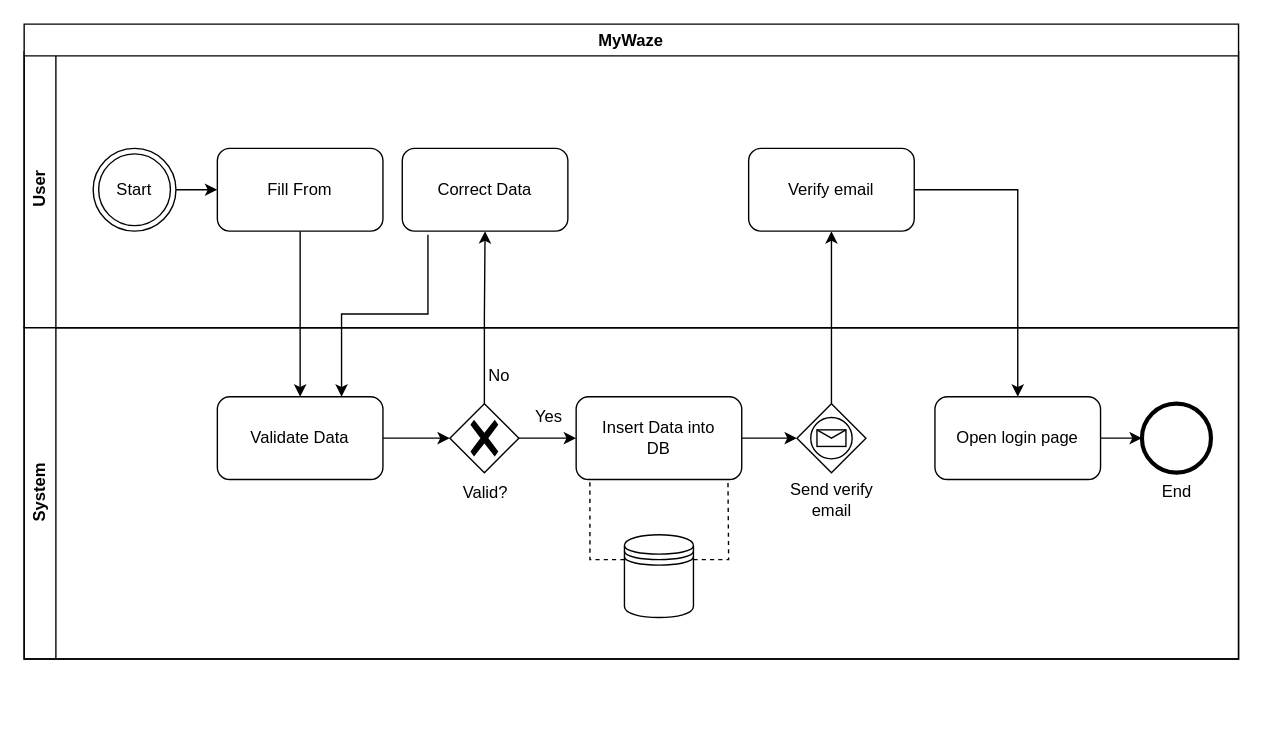
The draw.io diagram Diagrams/BPMNs/Félix/RegisterAccount_bpmn.drawio in luislamy/msp, before the edit. Source tidied: cells renumbered, new cells numbered last; positions are measured from the earlier drawing's top-left corner, leaving out a move shared by most shapes. Both pictures are drawn from the tidied source at 138%, with x=0, y=0 at pixel (23, 23).
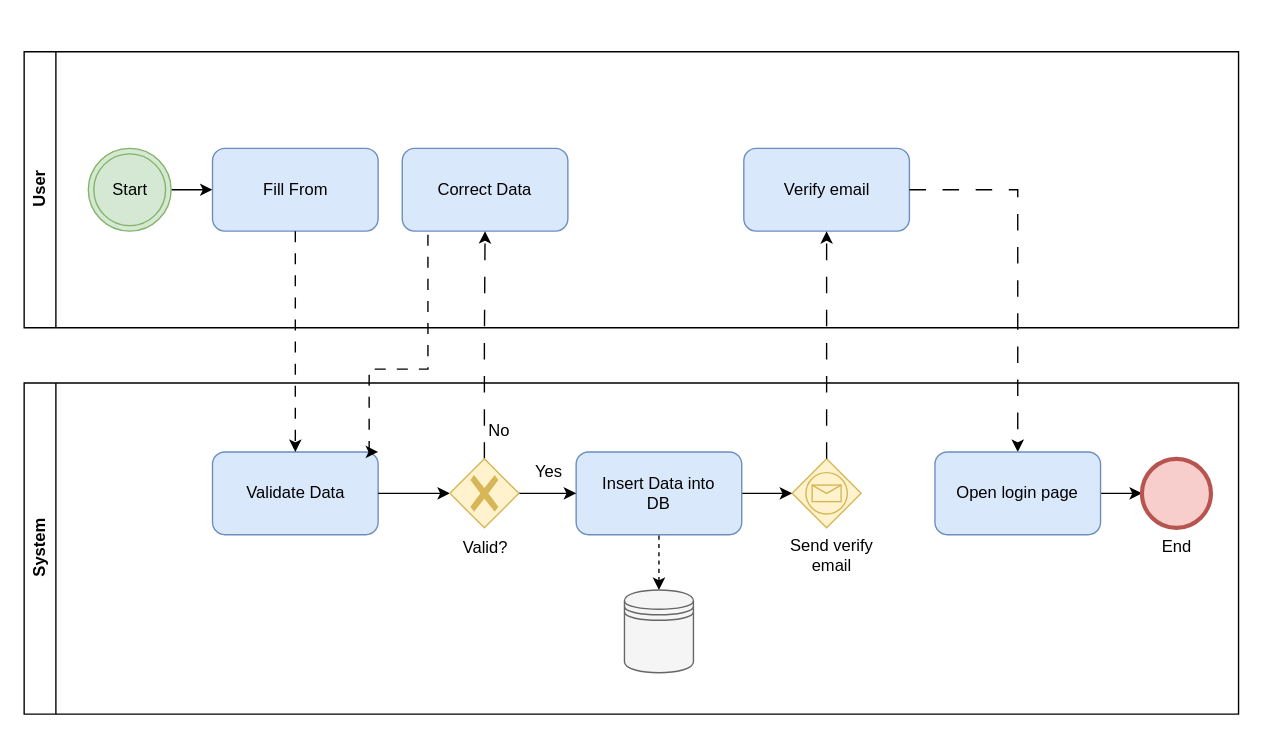
After the change.

Unchanged cells that the change refers to:
```xml
<mxCell id="2" value="User" style="swimlane;horizontal=0;whiteSpace=wrap;html=1;" parent="1" vertex="1">
  <mxGeometry y="20" width="880" height="200" as="geometry" />
</mxCell>
```

Change to the diagram source:
```diff
@@
-    <mxCell id="3" value="System" style="swimlane;horizontal=0;whiteSpace=wrap;html=1;startSize=23;" parent="1" vertex="1">
-      <mxGeometry y="220" width="880" height="240" as="geometry" />
-    </mxCell>
-    <mxCell id="4" value="MyWaze" style="swimlane;" parent="1" vertex="1">
-      <mxGeometry width="880" height="460" as="geometry" />
-    </mxCell>
-    <mxCell id="5" style="edgeStyle=orthogonalEdgeStyle;rounded=0;jettySize=auto;html=1;" parent="4" edge="1" source="6" target="8">
+    <mxCell id="5" style="edgeStyle=orthogonalEdgeStyle;rounded=0;jettySize=auto;html=1;" parent="2" edge="1" source="6" target="8">
       <mxGeometry relative="1" as="geometry" />
     </mxCell>
-    <mxCell id="6" value="Start" style="ellipse;shape=doubleEllipse;html=1;dashed=0;whiteSpace=wrap;" parent="4" vertex="1">
-      <mxGeometry x="50" y="90" width="60" height="60" as="geometry" />
+    <mxCell id="6" value="Start" style="ellipse;shape=doubleEllipse;html=1;dashed=0;whiteSpace=wrap;fillColor=#d5e8d4;strokeColor=#82b366;" parent="2" vertex="1">
+      <mxGeometry x="46.5" y="70" width="60" height="60" as="geometry" />
     </mxCell>
+    <mxCell id="8" value="Fill From" style="rounded=1;whiteSpace=wrap;html=1;fillColor=#dae8fc;strokeColor=#6c8ebf;" parent="2" vertex="1">
+      <mxGeometry x="136.5" y="70" width="120" height="60" as="geometry" />
+    </mxCell>
+    <mxCell id="13" value="Correct Data" style="rounded=1;whiteSpace=wrap;html=1;fillColor=#dae8fc;strokeColor=#6c8ebf;" parent="2" vertex="1">
+      <mxGeometry x="274" y="70" width="120" height="60" as="geometry" />
+    </mxCell>
+    <mxCell id="27" value="Verify email" style="rounded=1;whiteSpace=wrap;html=1;fillColor=#dae8fc;strokeColor=#6c8ebf;" parent="2" vertex="1">
+      <mxGeometry x="521.5" y="70" width="120" height="60" as="geometry" />
+    </mxCell>
+    <mxCell id="3" value="System" style="swimlane;horizontal=0;whiteSpace=wrap;html=1;startSize=23;" parent="1" vertex="1">
+      <mxGeometry y="260" width="880" height="240" as="geometry" />
+    </mxCell>
+    <mxCell id="11" value="Validate Data" style="rounded=1;whiteSpace=wrap;html=1;fillColor=#dae8fc;strokeColor=#6c8ebf;" parent="3" vertex="1">
+      <mxGeometry x="136.5" y="50" width="120" height="60" as="geometry" />
+    </mxCell>
+    <mxCell id="24" style="points=[[0.25,0.25,0],[0.5,0,0],[0.75,0.25,0],[1,0.5,0],[0.75,0.75,0],[0.5,1,0],[0.25,0.75,0],[0,0.5,0]];shape=mxgraph.bpmn.gateway2;html=1;verticalLabelPosition=bottom;labelBackgroundColor=#ffffff;verticalAlign=top;align=center;perimeter=rhombusPerimeter;outlineConnect=0;outline=standard;symbol=message;fillColor=#fff2cc;strokeColor=#d6b656;" parent="3" vertex="1">
+      <mxGeometry x="556.5" y="55" width="50" height="50" as="geometry" />
+    </mxCell>
-    <mxCell id="7" style="edgeStyle=orthogonalEdgeStyle;rounded=0;jettySize=auto;html=1;entryX=0.5;entryY=0;entryDx=0;entryDy=0;" parent="4" edge="1" source="8" target="11">
+    <mxCell id="7" style="edgeStyle=orthogonalEdgeStyle;rounded=0;jettySize=auto;html=1;entryX=0.5;entryY=0;entryDx=0;entryDy=0;dashed=1;dashPattern=8 8;" parent="1" edge="1" source="8" target="11">
       <mxGeometry relative="1" as="geometry" />
     </mxCell>
-    <mxCell id="8" value="Fill From" style="rounded=1;whiteSpace=wrap;html=1;" parent="4" vertex="1">
-      <mxGeometry x="140" y="90" width="120" height="60" as="geometry" />
-    </mxCell>
-    <mxCell id="9" style="edgeStyle=orthogonalEdgeStyle;rounded=0;jettySize=auto;html=1;entryX=0.5;entryY=1;entryDx=0;entryDy=0;" parent="4" edge="1" source="22" target="13">
+    <mxCell id="9" style="edgeStyle=orthogonalEdgeStyle;rounded=0;jettySize=auto;html=1;entryX=0.5;entryY=1;entryDx=0;entryDy=0;dashed=1;dashPattern=12 12;" parent="1" edge="1" source="22" target="13">
       <mxGeometry relative="1" as="geometry" />
     </mxCell>
-    <mxCell id="10" style="edgeStyle=orthogonalEdgeStyle;rounded=0;jettySize=auto;html=1;" parent="4" edge="1" source="11" target="22">
+    <mxCell id="10" style="edgeStyle=orthogonalEdgeStyle;rounded=0;jettySize=auto;html=1;" parent="1" edge="1" source="11" target="22">
       <mxGeometry relative="1" as="geometry" />
     </mxCell>
-    <mxCell id="11" value="Validate Data" style="rounded=1;whiteSpace=wrap;html=1;" parent="4" vertex="1">
-      <mxGeometry x="140" y="270" width="120" height="60" as="geometry" />
-    </mxCell>
-    <mxCell id="12" style="edgeStyle=orthogonalEdgeStyle;rounded=0;jettySize=auto;html=1;exitX=0.155;exitY=1.043;exitDx=0;exitDy=0;exitPerimeter=0;entryX=0.75;entryY=0;entryDx=0;entryDy=0;" parent="4" edge="1" source="13" target="11">
+    <mxCell id="12" style="edgeStyle=orthogonalEdgeStyle;rounded=0;jettySize=auto;html=1;exitX=0.155;exitY=1.043;exitDx=0;exitDy=0;exitPerimeter=0;dashed=1;dashPattern=8 8;entryX=1;entryY=0;entryDx=0;entryDy=0;" parent="1" edge="1" source="13" target="11">
       <mxGeometry relative="1" as="geometry">
         <Array as="points">
-          <mxPoint x="293" y="210" />
-          <mxPoint x="230" y="210" />
+          <mxPoint x="293" y="250" />
+          <mxPoint x="250" y="250" />
+          <mxPoint x="250" y="310" />
         </Array>
       </mxGeometry>
     </mxCell>
-    <mxCell id="13" value="Correct Data" style="rounded=1;whiteSpace=wrap;html=1;" parent="4" vertex="1">
-      <mxGeometry x="274" y="90" width="120" height="60" as="geometry" />
-    </mxCell>
-    <mxCell id="14" value="Yes" style="text;html=1;align=center;verticalAlign=middle;strokeColor=none;fillColor=none;" parent="4" vertex="1">
-      <mxGeometry x="360" y="270" width="40" height="30" as="geometry" />
+    <mxCell id="14" value="Yes" style="text;html=1;align=center;verticalAlign=middle;strokeColor=none;fillColor=none;" parent="1" vertex="1">
+      <mxGeometry x="360" y="310" width="40" height="30" as="geometry" />
     </mxCell>
-    <mxCell id="15" value="No" style="text;html=1;align=center;verticalAlign=middle;strokeColor=none;fillColor=none;" parent="4" vertex="1">
-      <mxGeometry x="324" y="240" width="40" height="30" as="geometry" />
+    <mxCell id="15" value="No" style="text;html=1;align=center;verticalAlign=middle;strokeColor=none;fillColor=none;" parent="1" vertex="1">
+      <mxGeometry x="324" y="280" width="40" height="30" as="geometry" />
     </mxCell>
-    <mxCell id="16" style="edgeStyle=orthogonalEdgeStyle;rounded=0;jettySize=auto;html=1;" parent="4" edge="1" source="17" target="24">
+    <mxCell id="16" style="edgeStyle=orthogonalEdgeStyle;rounded=0;jettySize=auto;html=1;" parent="1" edge="1" source="17" target="24">
       <mxGeometry relative="1" as="geometry" />
     </mxCell>
-    <mxCell id="17" value="Insert Data into&lt;div&gt;DB&lt;/div&gt;" style="rounded=1;whiteSpace=wrap;html=1;" parent="4" vertex="1">
-      <mxGeometry x="400" y="270" width="120" height="60" as="geometry" />
+    <mxCell id="17" value="Insert Data into&lt;div&gt;DB&lt;/div&gt;" style="rounded=1;whiteSpace=wrap;html=1;fillColor=#dae8fc;strokeColor=#6c8ebf;" parent="1" vertex="1">
+      <mxGeometry x="400" y="310" width="120" height="60" as="geometry" />
     </mxCell>
-    <mxCell id="18" style="edgeStyle=orthogonalEdgeStyle;rounded=0;jettySize=auto;html=1;entryX=0.083;entryY=1;entryDx=0;entryDy=0;entryPerimeter=0;exitX=0;exitY=0.3;exitDx=0;exitDy=0;dashed=1;endArrow=none;startFill=0;" parent="4" edge="1" source="19" target="17">
+    <mxCell id="18" style="edgeStyle=orthogonalEdgeStyle;rounded=0;jettySize=auto;html=1;entryX=0.5;entryY=1;entryDx=0;entryDy=0;exitX=0.5;exitY=0;exitDx=0;exitDy=0;dashed=1;endArrow=none;startFill=1;startArrow=classic;" parent="1" edge="1" source="19" target="17">
       <mxGeometry relative="1" as="geometry" />
     </mxCell>
-    <mxCell id="19" style="shape=datastore;whiteSpace=wrap;html=1;" parent="4" vertex="1">
-      <mxGeometry x="435" y="370" width="50" height="60" as="geometry" />
+    <mxCell id="19" style="shape=datastore;whiteSpace=wrap;html=1;fillColor=#f5f5f5;fontColor=#333333;strokeColor=#666666;" parent="1" vertex="1">
+      <mxGeometry x="435" y="410" width="50" height="60" as="geometry" />
     </mxCell>
-    <mxCell id="20" style="edgeStyle=orthogonalEdgeStyle;rounded=0;jettySize=auto;html=1;entryX=0.083;entryY=1;entryDx=0;entryDy=0;entryPerimeter=0;exitX=1;exitY=0.3;exitDx=0;exitDy=0;dashed=1;endArrow=none;startFill=0;" parent="4" edge="1" source="19">
-      <mxGeometry relative="1" as="geometry">
-        <mxPoint x="510" y="330" as="targetPoint" />
-      </mxGeometry>
-    </mxCell>
-    <mxCell id="21" style="edgeStyle=orthogonalEdgeStyle;rounded=0;jettySize=auto;html=1;" parent="4" edge="1" source="22" target="17">
+    <mxCell id="21" style="edgeStyle=orthogonalEdgeStyle;rounded=0;jettySize=auto;html=1;" parent="1" edge="1" source="22" target="17">
       <mxGeometry relative="1" as="geometry" />
     </mxCell>
-    <mxCell id="22" style="points=[[0.25,0.25,0],[0.5,0,0],[0.75,0.25,0],[1,0.5,0],[0.75,0.75,0],[0.5,1,0],[0.25,0.75,0],[0,0.5,0]];shape=mxgraph.bpmn.gateway2;html=1;verticalLabelPosition=bottom;labelBackgroundColor=#ffffff;verticalAlign=top;align=center;perimeter=rhombusPerimeter;outlineConnect=0;outline=none;symbol=none;gwType=exclusive;" parent="4" vertex="1">
-      <mxGeometry x="308.5" y="275" width="50" height="50" as="geometry" />
+    <mxCell id="22" style="points=[[0.25,0.25,0],[0.5,0,0],[0.75,0.25,0],[1,0.5,0],[0.75,0.75,0],[0.5,1,0],[0.25,0.75,0],[0,0.5,0]];shape=mxgraph.bpmn.gateway2;html=1;verticalLabelPosition=bottom;labelBackgroundColor=#ffffff;verticalAlign=top;align=center;perimeter=rhombusPerimeter;outlineConnect=0;outline=none;symbol=none;gwType=exclusive;fillColor=#fff2cc;strokeColor=#d6b656;" parent="1" vertex="1">
+      <mxGeometry x="308.5" y="315" width="50" height="50" as="geometry" />
     </mxCell>
-    <mxCell id="23" style="edgeStyle=orthogonalEdgeStyle;rounded=0;jettySize=auto;html=1;" parent="4" edge="1" source="24" target="27">
+    <mxCell id="23" style="edgeStyle=orthogonalEdgeStyle;rounded=0;jettySize=auto;html=1;dashed=1;dashPattern=12 12;" parent="1" edge="1" source="24" target="27">
       <mxGeometry relative="1" as="geometry" />
     </mxCell>
-    <mxCell id="24" style="points=[[0.25,0.25,0],[0.5,0,0],[0.75,0.25,0],[1,0.5,0],[0.75,0.75,0],[0.5,1,0],[0.25,0.75,0],[0,0.5,0]];shape=mxgraph.bpmn.gateway2;html=1;verticalLabelPosition=bottom;labelBackgroundColor=#ffffff;verticalAlign=top;align=center;perimeter=rhombusPerimeter;outlineConnect=0;outline=standard;symbol=message;" parent="4" vertex="1">
-      <mxGeometry x="560" y="275" width="50" height="50" as="geometry" />
-    </mxCell>
-    <mxCell id="25" value="Send verify&lt;div&gt;email&lt;/div&gt;" style="text;html=1;align=center;verticalAlign=middle;strokeColor=none;fillColor=none;" parent="4" vertex="1">
-      <mxGeometry x="545" y="325" width="80" height="40" as="geometry" />
+    <mxCell id="25" value="Send verify&lt;div&gt;email&lt;/div&gt;" style="text;html=1;align=center;verticalAlign=middle;strokeColor=none;fillColor=none;" parent="1" vertex="1">
+      <mxGeometry x="545" y="365" width="80" height="40" as="geometry" />
     </mxCell>
-    <mxCell id="26" style="edgeStyle=orthogonalEdgeStyle;rounded=0;jettySize=auto;html=1;" parent="4" edge="1" source="27" target="29">
+    <mxCell id="26" style="edgeStyle=orthogonalEdgeStyle;rounded=0;jettySize=auto;html=1;dashed=1;dashPattern=12 12;" parent="1" edge="1" source="27" target="29">
       <mxGeometry relative="1" as="geometry" />
     </mxCell>
-    <mxCell id="27" value="Verify email" style="rounded=1;whiteSpace=wrap;html=1;" parent="4" vertex="1">
-      <mxGeometry x="525" y="90" width="120" height="60" as="geometry" />
-    </mxCell>
-    <mxCell id="28" style="edgeStyle=orthogonalEdgeStyle;rounded=0;jettySize=auto;html=1;" parent="4" edge="1" source="29" target="30">
+    <mxCell id="28" style="edgeStyle=orthogonalEdgeStyle;rounded=0;jettySize=auto;html=1;" parent="1" edge="1" source="29" target="30">
       <mxGeometry relative="1" as="geometry" />
     </mxCell>
-    <mxCell id="29" value="Open login page" style="rounded=1;whiteSpace=wrap;html=1;" parent="4" vertex="1">
-      <mxGeometry x="660" y="270" width="120" height="60" as="geometry" />
+    <mxCell id="29" value="Open login page" style="rounded=1;whiteSpace=wrap;html=1;fillColor=#dae8fc;strokeColor=#6c8ebf;" parent="1" vertex="1">
+      <mxGeometry x="660" y="310" width="120" height="60" as="geometry" />
     </mxCell>
-    <mxCell id="30" value="End" style="points=[[0.145,0.145,0],[0.5,0,0],[0.855,0.145,0],[1,0.5,0],[0.855,0.855,0],[0.5,1,0],[0.145,0.855,0],[0,0.5,0]];shape=mxgraph.bpmn.event;html=1;verticalLabelPosition=bottom;labelBackgroundColor=#ffffff;verticalAlign=top;align=center;perimeter=ellipsePerimeter;outlineConnect=0;outline=end;symbol=terminate2;" parent="4" vertex="1">
-      <mxGeometry x="810" y="275" width="50" height="50" as="geometry" />
+    <mxCell id="30" value="End" style="points=[[0.145,0.145,0],[0.5,0,0],[0.855,0.145,0],[1,0.5,0],[0.855,0.855,0],[0.5,1,0],[0.145,0.855,0],[0,0.5,0]];shape=mxgraph.bpmn.event;html=1;verticalLabelPosition=bottom;labelBackgroundColor=#ffffff;verticalAlign=top;align=center;perimeter=ellipsePerimeter;outlineConnect=0;outline=end;symbol=terminate2;fillColor=#f8cecc;strokeColor=#b85450;" parent="1" vertex="1">
+      <mxGeometry x="810" y="315" width="50" height="50" as="geometry" />
     </mxCell>
-    <mxCell id="31" value="Valid?" style="text;html=1;align=center;verticalAlign=middle;strokeColor=none;fillColor=none;" parent="4" vertex="1">
-      <mxGeometry x="304" y="325" width="60" height="30" as="geometry" />
+    <mxCell id="31" value="Valid?" style="text;html=1;align=center;verticalAlign=middle;strokeColor=none;fillColor=none;" parent="1" vertex="1">
+      <mxGeometry x="304" y="365" width="60" height="30" as="geometry" />
     </mxCell>
```
